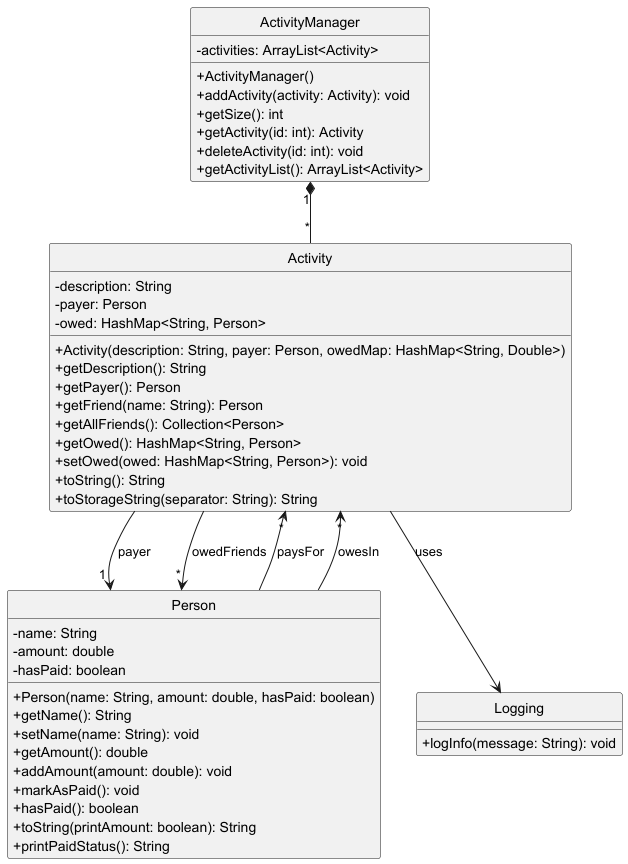
Before: docs/diagrams/ActivityRelationships.png, a diagram exported from PlantUML (jing-yen/tp). The source it was exported from:
```plantuml
@startuml
skinparam classAttributeIconSize 0
hide circle

class Activity {
    - description: String
    - payer: Person
    - owed: HashMap<String, Person>
    + Activity(description: String, payer: Person, owedMap: HashMap<String, Double>)
    + getDescription(): String
    + getPayer(): Person
    + getFriend(name: String): Person
    + getAllFriends(): Collection<Person>
    + getOwed(): HashMap<String, Person>
    + setOwed(owed: HashMap<String, Person>): void
    + toString(): String
    + toStorageString(separator: String): String
}

class ActivityManager {
    - activities: ArrayList<Activity>
    + ActivityManager()
    + addActivity(activity: Activity): void
    + getSize(): int
    + getActivity(id: int): Activity
    + deleteActivity(id: int): void
    + getActivityList(): ArrayList<Activity>
}

class Person {
    - name: String
    - amount: double
    - hasPaid: boolean
    + Person(name: String, amount: double, hasPaid: boolean)
    + getName(): String
    + setName(name: String): void
    + getAmount(): double
    + addAmount(amount: double): void
    + markAsPaid(): void
    + hasPaid(): boolean
    + toString(printAmount: boolean): String
    + printPaidStatus(): String
}

class Logging {
    + logInfo(message: String): void
}

ActivityManager "1" *-- "*" Activity
Activity --> "1" Person : payer
Activity --> "*" Person : owedFriends
Person --> "*" Activity : paysFor
Person --> "*" Activity : owesIn
Activity --> Logging : uses
@enduml
```
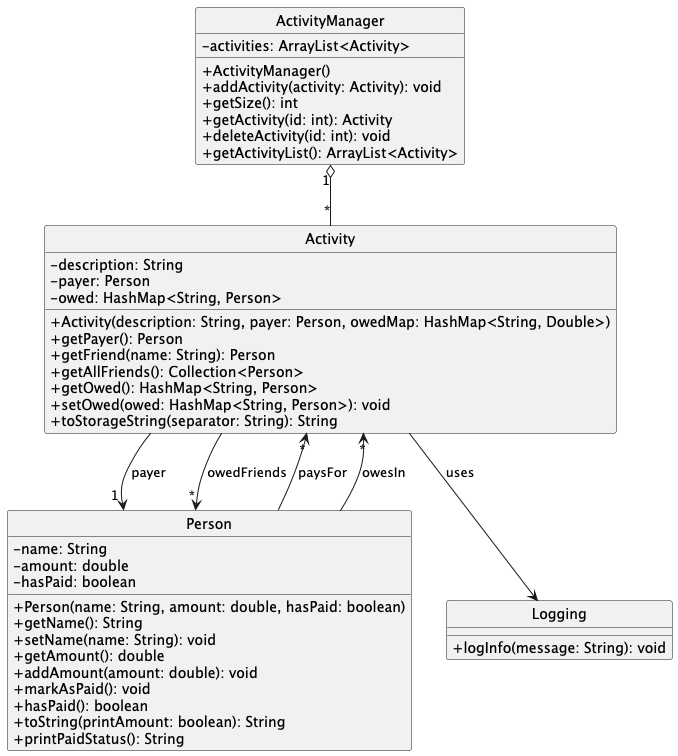
After the change.

Diff of the diagram source:
```diff
@@ -7,13 +7,11 @@
     - payer: Person
     - owed: HashMap<String, Person>
     + Activity(description: String, payer: Person, owedMap: HashMap<String, Double>)
-    + getDescription(): String
     + getPayer(): Person
     + getFriend(name: String): Person
     + getAllFriends(): Collection<Person>
     + getOwed(): HashMap<String, Person>
     + setOwed(owed: HashMap<String, Person>): void
-    + toString(): String
     + toStorageString(separator: String): String
 }
 
@@ -46,7 +44,7 @@
     + logInfo(message: String): void
 }
 
-ActivityManager "1" *-- "*" Activity
+ActivityManager "1" o-- "*" Activity
 Activity --> "1" Person : payer
 Activity --> "*" Person : owedFriends
 Person --> "*" Activity : paysFor
```
